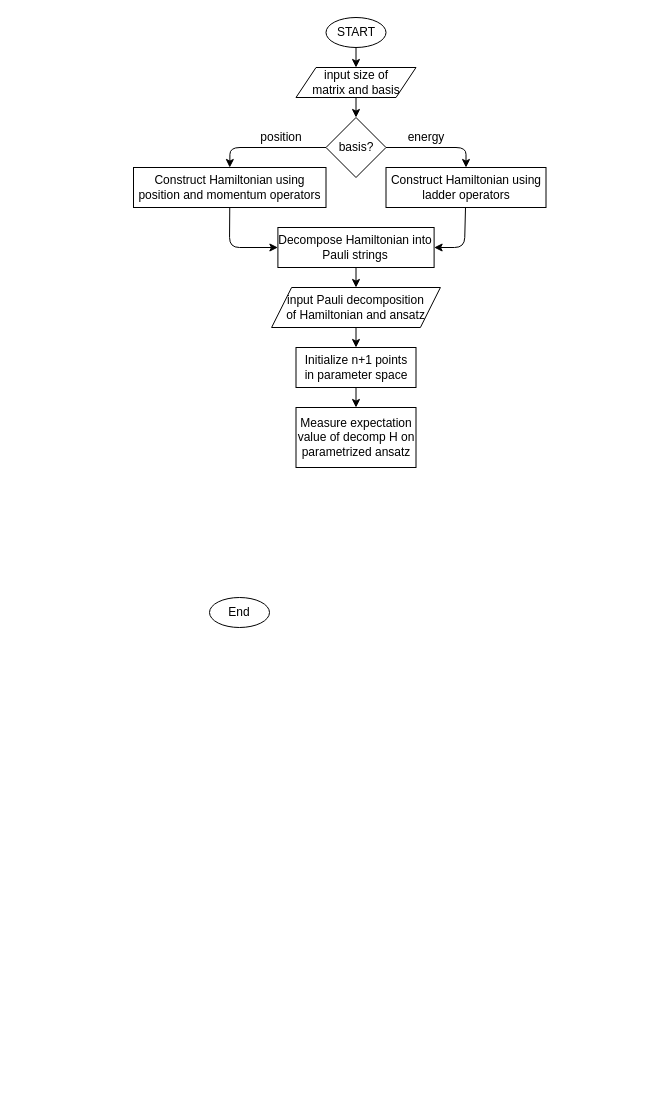
Above: codeflowchart.drawio in ObsidianHydra/Variational-Quantum-Eigensolver-Implemented-on-a-1D-Quantum-Harmonic-Oscillator (draw.io), before the change. Source tidied: cells renumbered, new cells numbered last; positions are measured from the earlier drawing's top-left corner, leaving out a move shared by most shapes. Both pictures are drawn from the tidied source at 100%, with x=0, y=0 at pixel (133, 17).
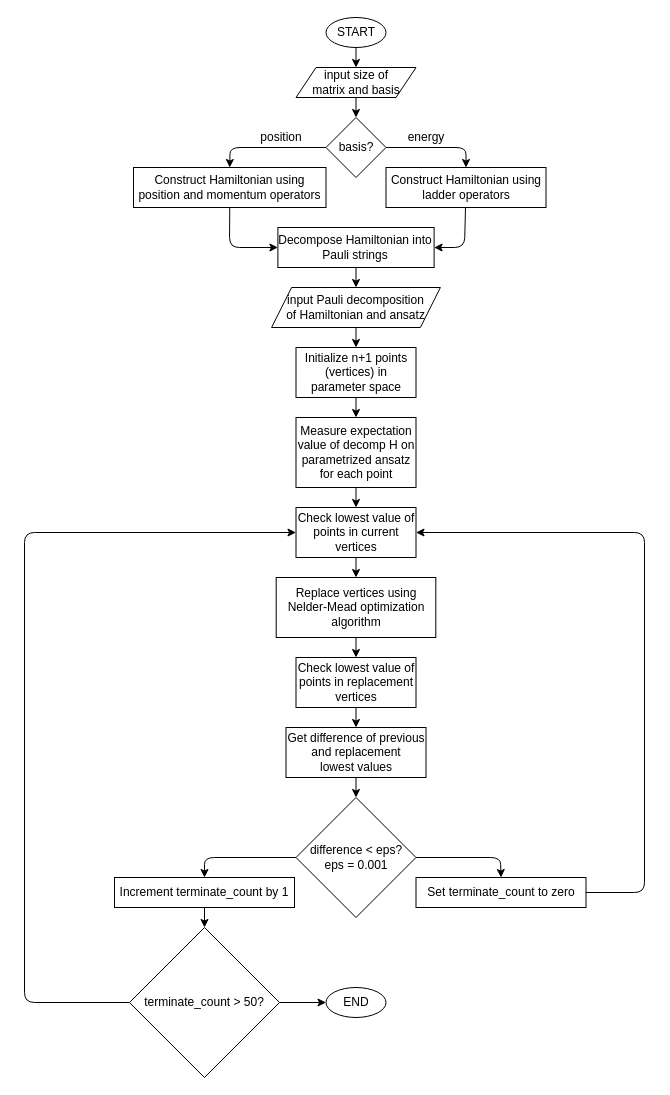
After the change.

Commit message (it also covers changes not shown here):
Edited files to be set for running + flowchart

Flowchart is complete, need only to translate this to
LaTeX using Tikz, and use more math with the code.
Also set files to be good for running, now only need to add documentation.

Change to the diagram source:
```diff
@@
-    <mxCell id="4" value="End" style="ellipse;whiteSpace=wrap;html=1;" parent="1" vertex="1">
-      <mxGeometry x="76" y="580" width="60" height="30" as="geometry" />
-    </mxCell>
@@
-    <mxCell id="21" value="Initialize n+1 points&lt;br&gt;in parameter space" style="whiteSpace=wrap;html=1;rounded=0;" parent="1" vertex="1">
-      <mxGeometry x="162.5" y="330" width="120" height="40" as="geometry" />
+    <mxCell id="21" value="Initialize n+1 points (vertices) in&lt;br&gt;parameter space" style="whiteSpace=wrap;html=1;rounded=0;" parent="1" vertex="1">
+      <mxGeometry x="162.5" y="330" width="120" height="50" as="geometry" />
     </mxCell>
+    <mxCell id="23" style="edgeStyle=none;html=1;entryX=0.5;entryY=0;entryDx=0;entryDy=0;" parent="1" edge="1" source="22" target="25">
+      <mxGeometry relative="1" as="geometry" />
+    </mxCell>
-    <mxCell id="22" value="Measure expectation value of decomp H on&lt;br&gt;parametrized ansatz" style="whiteSpace=wrap;html=1;rounded=0;" parent="1" vertex="1">
-      <mxGeometry x="162.5" y="390" width="120" height="60" as="geometry" />
+    <mxCell id="22" value="Measure expectation value of decomp H on&lt;br&gt;parametrized ansatz for each point" style="whiteSpace=wrap;html=1;rounded=0;" parent="1" vertex="1">
+      <mxGeometry x="162.5" y="400" width="120" height="70" as="geometry" />
     </mxCell>
+    <mxCell id="24" style="edgeStyle=none;html=1;entryX=0.5;entryY=0;entryDx=0;entryDy=0;" parent="1" edge="1" source="25" target="27">
+      <mxGeometry relative="1" as="geometry" />
+    </mxCell>
+    <mxCell id="25" value="Check lowest value of points in current vertices" style="rounded=0;whiteSpace=wrap;html=1;" parent="1" vertex="1">
+      <mxGeometry x="162.5" y="490" width="120" height="50" as="geometry" />
+    </mxCell>
+    <mxCell id="26" style="edgeStyle=none;html=1;" parent="1" edge="1" source="27" target="29">
+      <mxGeometry relative="1" as="geometry" />
+    </mxCell>
+    <mxCell id="27" value="Replace vertices using Nelder-Mead optimization algorithm" style="whiteSpace=wrap;html=1;rounded=0;" parent="1" vertex="1">
+      <mxGeometry x="142.7" y="560" width="159.6" height="60" as="geometry" />
+    </mxCell>
+    <mxCell id="28" style="edgeStyle=none;html=1;entryX=0.5;entryY=0;entryDx=0;entryDy=0;" parent="1" edge="1" source="29" target="31">
+      <mxGeometry relative="1" as="geometry" />
+    </mxCell>
+    <mxCell id="29" value="Check lowest value of points in replacement vertices" style="whiteSpace=wrap;html=1;rounded=0;" parent="1" vertex="1">
+      <mxGeometry x="162.5" y="640" width="120" height="50" as="geometry" />
+    </mxCell>
+    <mxCell id="30" style="edgeStyle=none;html=1;" parent="1" edge="1" source="31">
+      <mxGeometry relative="1" as="geometry">
+        <mxPoint x="222.5" y="780" as="targetPoint" />
+      </mxGeometry>
+    </mxCell>
+    <mxCell id="31" value="Get difference of previous and replacement &lt;br&gt;lowest values" style="rounded=0;whiteSpace=wrap;html=1;" parent="1" vertex="1">
+      <mxGeometry x="152.5" y="710" width="140" height="50" as="geometry" />
+    </mxCell>
+    <mxCell id="32" style="edgeStyle=none;html=1;entryX=0.5;entryY=0;entryDx=0;entryDy=0;" parent="1" edge="1" source="34" target="38">
+      <mxGeometry relative="1" as="geometry">
+        <Array as="points">
+          <mxPoint x="367" y="840" />
+        </Array>
+      </mxGeometry>
+    </mxCell>
+    <mxCell id="33" style="edgeStyle=none;html=1;entryX=0.5;entryY=0;entryDx=0;entryDy=0;" parent="1" edge="1" source="34" target="36">
+      <mxGeometry relative="1" as="geometry">
+        <Array as="points">
+          <mxPoint x="71" y="840" />
+        </Array>
+      </mxGeometry>
+    </mxCell>
+    <mxCell id="34" value="difference &amp;lt; eps?&lt;br&gt;eps = 0.001" style="rhombus;whiteSpace=wrap;html=1;" parent="1" vertex="1">
+      <mxGeometry x="162.5" y="780" width="120" height="120" as="geometry" />
+    </mxCell>
+    <mxCell id="35" style="edgeStyle=none;html=1;" parent="1" edge="1" source="36" target="41">
+      <mxGeometry relative="1" as="geometry" />
+    </mxCell>
+    <mxCell id="36" value="Increment terminate_count by 1" style="whiteSpace=wrap;html=1;" parent="1" vertex="1">
+      <mxGeometry x="-19" y="860" width="180" height="30" as="geometry" />
+    </mxCell>
+    <mxCell id="37" style="edgeStyle=none;html=1;entryX=1;entryY=0.5;entryDx=0;entryDy=0;" parent="1" edge="1" source="38" target="25">
+      <mxGeometry relative="1" as="geometry">
+        <Array as="points">
+          <mxPoint x="511" y="875" />
+          <mxPoint x="511" y="515" />
+        </Array>
+      </mxGeometry>
+    </mxCell>
+    <mxCell id="38" value="Set terminate_count to zero" style="whiteSpace=wrap;html=1;" parent="1" vertex="1">
+      <mxGeometry x="282.5" y="860" width="170" height="30" as="geometry" />
+    </mxCell>
+    <mxCell id="39" style="edgeStyle=none;html=1;entryX=0;entryY=0.5;entryDx=0;entryDy=0;" parent="1" edge="1" source="41" target="42">
+      <mxGeometry relative="1" as="geometry" />
+    </mxCell>
+    <mxCell id="40" style="edgeStyle=none;html=1;entryX=0;entryY=0.5;entryDx=0;entryDy=0;" parent="1" edge="1" source="41" target="25">
+      <mxGeometry relative="1" as="geometry">
+        <Array as="points">
+          <mxPoint x="-109" y="985" />
+          <mxPoint x="-109" y="515" />
+        </Array>
+      </mxGeometry>
+    </mxCell>
+    <mxCell id="41" value="terminate_count &amp;gt; 50?" style="rhombus;whiteSpace=wrap;html=1;" parent="1" vertex="1">
+      <mxGeometry x="-4" y="910" width="150" height="150" as="geometry" />
+    </mxCell>
+    <mxCell id="42" value="END" style="ellipse;whiteSpace=wrap;html=1;" parent="1" vertex="1">
+      <mxGeometry x="192.5" y="970" width="60" height="30" as="geometry" />
+    </mxCell>
```
